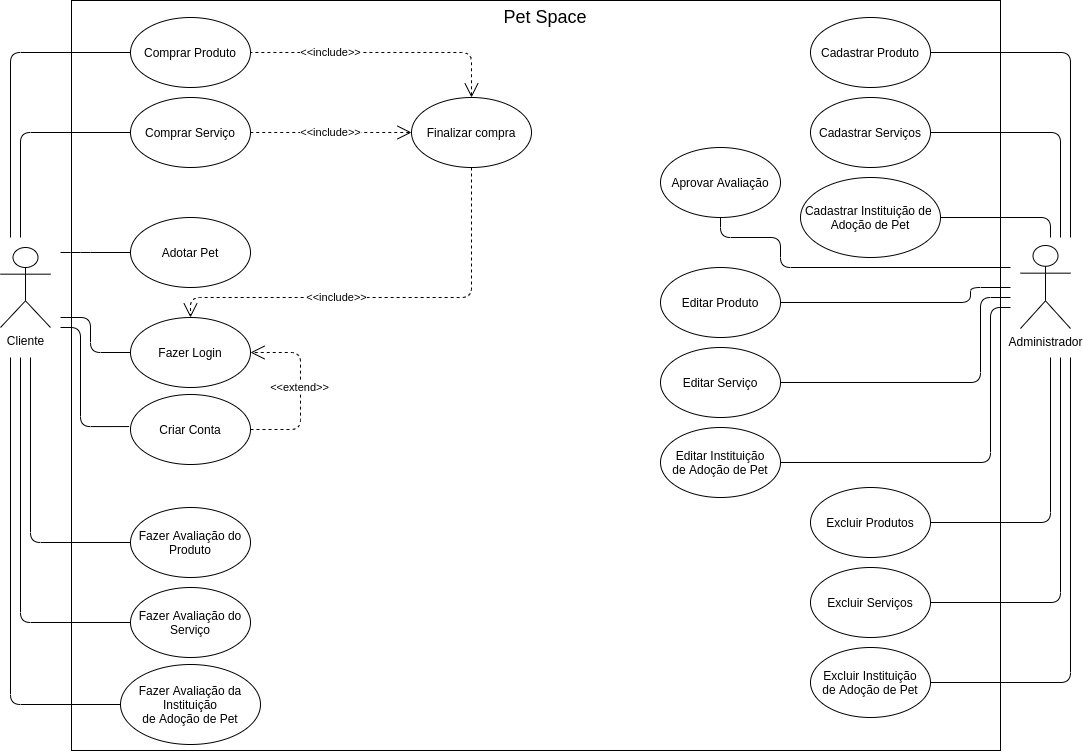
Bruno-Felix/REQ-2020.2-PetSpace keeps this draw.io diagram as images/Use-case.png. Above is the earlier version. Source tidied: cells renumbered, new cells last; positions are measured from the earlier drawing's top-left corner, leaving out a move shared by most shapes.
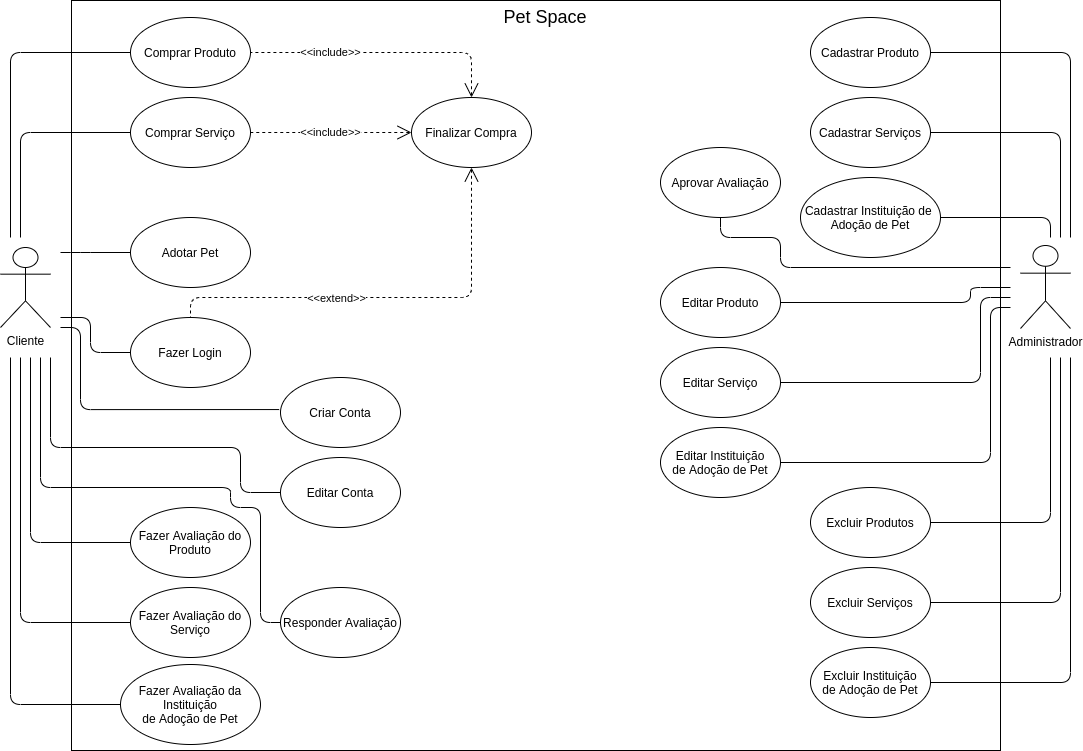
Later version of the same file.

Commit message:
Ajustando sidebar e alterando imagem

Change to the diagram source:
```diff
@@ -65,7 +65,7 @@
         </Array>
       </mxGeometry>
     </mxCell>
-    <mxCell id="14" style="edgeStyle=orthogonalEdgeStyle;rounded=1;jettySize=auto;html=1;exitX=0.5;exitY=1;exitDx=0;exitDy=0;dashed=1;startArrow=none;startFill=0;endArrow=open;endFill=0;startSize=12;endSize=12;" parent="1" edge="1" source="16" target="44">
+    <mxCell id="14" style="edgeStyle=orthogonalEdgeStyle;rounded=1;jettySize=auto;html=1;exitX=0.5;exitY=1;exitDx=0;exitDy=0;dashed=1;startArrow=open;startFill=0;endArrow=none;endFill=0;startSize=12;endSize=12;" parent="1" edge="1" source="16" target="44">
       <mxGeometry relative="1" as="geometry">
         <Array as="points">
           <mxPoint x="471" y="297" />
@@ -73,12 +73,12 @@
         </Array>
       </mxGeometry>
     </mxCell>
-    <mxCell id="15" value="&amp;lt;&amp;lt;include&amp;gt;&amp;gt;" style="edgeLabel;html=1;align=center;verticalAlign=middle;" parent="14" vertex="1">
+    <mxCell id="15" value="&amp;lt;&amp;lt;extend&amp;gt;&amp;gt;" style="edgeLabel;html=1;align=center;verticalAlign=middle;" parent="14" vertex="1">
       <mxGeometry x="0.12" relative="1" as="geometry">
         <mxPoint x="-25" as="offset" />
       </mxGeometry>
     </mxCell>
-    <mxCell id="16" value="Finalizar compra" style="ellipse;whiteSpace=wrap;html=1;" parent="1" vertex="1">
+    <mxCell id="16" value="Finalizar Compra" style="ellipse;whiteSpace=wrap;html=1;" parent="1" vertex="1">
       <mxGeometry x="411" y="97" width="120" height="70" as="geometry" />
     </mxCell>
     <mxCell id="17" style="edgeStyle=orthogonalEdgeStyle;jettySize=auto;html=1;exitX=0;exitY=0.5;exitDx=0;exitDy=0;endArrow=none;endFill=0;strokeColor=#000000;rounded=1;" parent="1" edge="1" source="18">
@@ -97,26 +97,13 @@
       <mxGeometry relative="1" as="geometry">
         <mxPoint x="60" y="327" as="targetPoint" />
         <Array as="points">
-          <mxPoint x="80" y="426" />
+          <mxPoint x="80" y="409" />
           <mxPoint x="80" y="327" />
         </Array>
       </mxGeometry>
     </mxCell>
-    <mxCell id="20" style="edgeStyle=orthogonalEdgeStyle;rounded=1;jettySize=auto;html=1;exitX=1;exitY=0.5;exitDx=0;exitDy=0;entryX=1;entryY=0.5;entryDx=0;entryDy=0;startArrow=none;startFill=0;endArrow=open;endFill=0;startSize=12;dashed=1;endSize=12;" parent="1" edge="1" source="22" target="44">
-      <mxGeometry relative="1" as="geometry">
-        <Array as="points">
-          <mxPoint x="300" y="429" />
-          <mxPoint x="300" y="352" />
-        </Array>
-      </mxGeometry>
-    </mxCell>
-    <mxCell id="21" value="&amp;lt;&amp;lt;extend&amp;gt;&amp;gt;" style="edgeLabel;html=1;align=center;verticalAlign=middle;" parent="20" vertex="1">
-      <mxGeometry x="0.34" y="-3" relative="1" as="geometry">
-        <mxPoint x="-4" y="26" as="offset" />
-      </mxGeometry>
-    </mxCell>
     <mxCell id="22" value="Criar Conta" style="ellipse;whiteSpace=wrap;html=1;" parent="1" vertex="1">
-      <mxGeometry x="130" y="394" width="120" height="70" as="geometry" />
+      <mxGeometry x="280" y="377" width="120" height="70" as="geometry" />
     </mxCell>
     <mxCell id="23" value="&amp;lt;&amp;lt;include&amp;gt;&amp;gt;" style="endArrow=none;endSize=12;dashed=1;html=1;strokeColor=#000000;entryX=1;entryY=0.5;entryDx=0;entryDy=0;exitX=0;exitY=0.5;exitDx=0;exitDy=0;startSize=12;startArrow=open;startFill=0;endFill=0;" parent="1" edge="1" source="16" target="8">
       <mxGeometry x="0.01" relative="1" as="geometry" />
@@ -261,5 +248,33 @@
     <mxCell id="48" value="Aprovar Avaliação" style="ellipse;whiteSpace=wrap;html=1;" parent="1" vertex="1">
       <mxGeometry x="660" y="147" width="120" height="70" as="geometry" />
     </mxCell>
+    <mxCell id="49" style="edgeStyle=orthogonalEdgeStyle;rounded=1;jettySize=auto;html=1;exitX=0;exitY=0.5;exitDx=0;exitDy=0;startArrow=none;startFill=0;endArrow=none;endFill=0;" parent="1" edge="1" source="50">
+      <mxGeometry relative="1" as="geometry">
+        <mxPoint x="50" y="357" as="targetPoint" />
+        <Array as="points">
+          <mxPoint x="240" y="492" />
+          <mxPoint x="240" y="447" />
+          <mxPoint x="50" y="447" />
+        </Array>
+      </mxGeometry>
+    </mxCell>
+    <mxCell id="50" value="Editar Conta" style="ellipse;whiteSpace=wrap;html=1;" parent="1" vertex="1">
+      <mxGeometry x="280" y="457" width="120" height="70" as="geometry" />
+    </mxCell>
+    <mxCell id="51" style="edgeStyle=orthogonalEdgeStyle;rounded=1;jettySize=auto;html=1;exitX=0;exitY=0.5;exitDx=0;exitDy=0;startArrow=none;startFill=0;endArrow=none;endFill=0;" parent="1" edge="1" source="52">
+      <mxGeometry relative="1" as="geometry">
+        <mxPoint x="40" y="357" as="targetPoint" />
+        <Array as="points">
+          <mxPoint x="260" y="622" />
+          <mxPoint x="260" y="507" />
+          <mxPoint x="230" y="507" />
+          <mxPoint x="230" y="487" />
+          <mxPoint x="40" y="487" />
+        </Array>
+      </mxGeometry>
+    </mxCell>
+    <mxCell id="52" value="Responder Avaliação" style="ellipse;whiteSpace=wrap;html=1;" parent="1" vertex="1">
+      <mxGeometry x="280" y="587" width="120" height="70" as="geometry" />
+    </mxCell>
   </root>
 </mxGraphModel>
```
